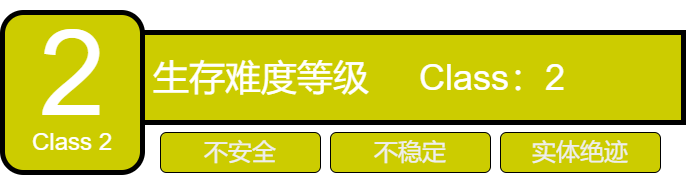
Before: czz-level2.png, a diagram exported from draw.io (czz4188/BackroomsCN-mirahaze-documents). Source tidied: cells renumbered, new cells last; positions are measured from the earlier drawing's top-left corner, leaving out a move shared by most shapes.
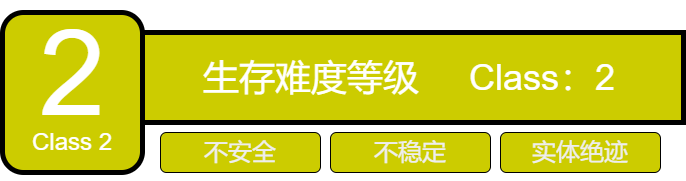
The same file after the commit.

Diff of the diagram source:
```diff
@@ -5,7 +5,7 @@
     <mxCell id="2" style="rounded=0;whiteSpace=wrap;html=1;fillColor=#CCCC00;strokeColor=#000000;strokeWidth=5;glass=0;shadow=0;labelBackgroundColor=none;fontColor=#EEEEEE;" parent="1" vertex="1">
       <mxGeometry x="140" y="20" width="541" height="90" as="geometry" />
     </mxCell>
-    <mxCell id="3" value="&lt;font style=&quot;font-size: 36px; color: rgb(255, 255, 255);&quot;&gt;生存难度等级&amp;nbsp; &amp;nbsp; &amp;nbsp;&lt;/font&gt;&lt;span style=&quot;font-size: 36px; color: light-dark(rgb(255, 255, 255), rgb(18, 18, 18)); background-color: transparent;&quot;&gt;Class：2&lt;/span&gt;" style="text;strokeColor=none;fillColor=none;align=left;verticalAlign=middle;spacingLeft=4;spacingRight=4;overflow=hidden;whiteSpace=wrap;html=1;rounded=0;glass=0;labelBackgroundColor=none;fontColor=#EEEEEE;" parent="1" vertex="1">
+    <mxCell id="3" value="&lt;font style=&quot;font-size: 36px; color: rgb(255, 255, 255);&quot;&gt;&amp;nbsp; &amp;nbsp; &amp;nbsp;生存难度等级&amp;nbsp; &amp;nbsp; &amp;nbsp;&lt;/font&gt;&lt;span style=&quot;font-size: 36px; color: light-dark(rgb(255, 255, 255), rgb(18, 18, 18)); background-color: transparent;&quot;&gt;Class：2&lt;/span&gt;" style="text;strokeColor=none;fillColor=none;align=left;verticalAlign=middle;spacingLeft=4;spacingRight=4;overflow=hidden;whiteSpace=wrap;html=1;rounded=0;glass=0;labelBackgroundColor=none;fontColor=#EEEEEE;" parent="1" vertex="1">
       <mxGeometry x="145" y="40" width="536" height="50" as="geometry" />
     </mxCell>
     <mxCell id="4" value="&lt;font style=&quot;font-size: 24px;&quot;&gt;实体绝迹&lt;/font&gt;" style="rounded=1;whiteSpace=wrap;html=1;fillColor=#CCCC00;strokeColor=#000000;labelBackgroundColor=none;fontColor=#EEEEEE;" parent="1" vertex="1">
```
